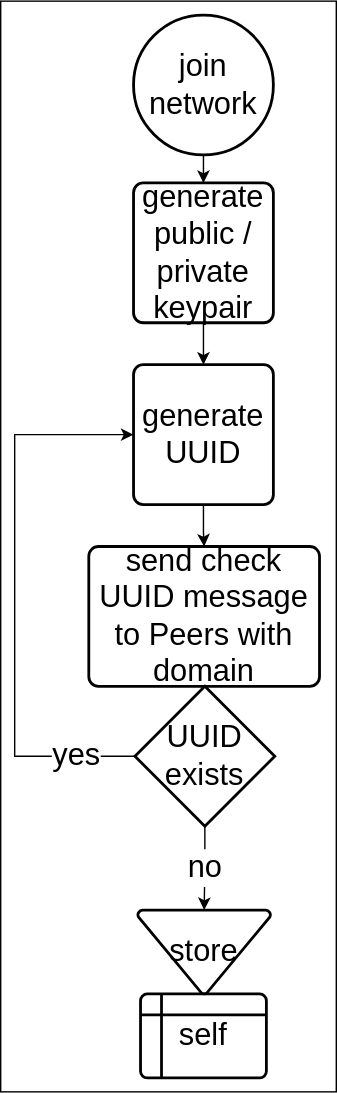
Before: charts/join_network.svg, a diagram exported from draw.io (Mesh-P2P/Mesh). Source tidied: cells renumbered, new cells last; positions are measured from the earlier drawing's top-left corner, leaving out a move shared by most shapes. The source it was exported from:
```xml
<mxGraphModel>
  <root>
    <mxCell id="0" />
    <mxCell id="1" parent="0" />
    <mxCell id="2" style="rounded=0;whiteSpace=wrap;html=1;fontSize=22;" parent="1" vertex="1">
      <mxGeometry width="240" height="780" as="geometry" />
    </mxCell>
    <mxCell id="3" value="foreground" parent="0" />
    <mxCell id="4" style="edgeStyle=orthogonalEdgeStyle;rounded=0;jettySize=auto;html=1;exitX=0.5;exitY=1;exitDx=0;exitDy=0;exitPerimeter=0;fontSize=22;" parent="3" edge="1" source="5" target="7">
      <mxGeometry relative="1" as="geometry" />
    </mxCell>
    <mxCell id="5" value="join network" style="strokeWidth=2;html=1;shape=mxgraph.flowchart.start_2;whiteSpace=wrap;fontSize=22;" parent="3" vertex="1">
      <mxGeometry x="95" y="10" width="100" height="100" as="geometry" />
    </mxCell>
    <mxCell id="6" style="edgeStyle=orthogonalEdgeStyle;rounded=0;jettySize=auto;html=1;fontSize=22;" parent="3" edge="1" source="7" target="9">
      <mxGeometry relative="1" as="geometry" />
    </mxCell>
    <mxCell id="7" value="generate public / private keypair" style="rounded=1;whiteSpace=wrap;html=1;absoluteArcSize=1;arcSize=14;strokeWidth=2;fontSize=22;" parent="3" vertex="1">
      <mxGeometry x="95" y="130" width="100" height="100" as="geometry" />
    </mxCell>
    <mxCell id="8" style="edgeStyle=orthogonalEdgeStyle;rounded=0;jettySize=auto;html=1;exitX=0.5;exitY=1;exitDx=0;exitDy=0;fontSize=22;" parent="3" edge="1" source="9" target="10">
      <mxGeometry relative="1" as="geometry" />
    </mxCell>
    <mxCell id="9" value="generate UUID" style="rounded=1;whiteSpace=wrap;html=1;absoluteArcSize=1;arcSize=14;strokeWidth=2;fontSize=22;" parent="3" vertex="1">
      <mxGeometry x="95" y="260" width="100" height="100" as="geometry" />
    </mxCell>
    <mxCell id="10" value="send check UUID message to Peers with domain" style="rounded=1;whiteSpace=wrap;html=1;absoluteArcSize=1;arcSize=14;strokeWidth=2;fontSize=22;" parent="3" vertex="1">
      <mxGeometry x="63" y="390" width="165" height="100" as="geometry" />
    </mxCell>
    <mxCell id="11" value="yes" style="edgeStyle=orthogonalEdgeStyle;rounded=0;jettySize=auto;html=1;exitX=0;exitY=0.5;exitDx=0;exitDy=0;exitPerimeter=0;entryX=0;entryY=0.5;entryDx=0;entryDy=0;fontSize=22;" parent="3" edge="1" source="13" target="9">
      <mxGeometry x="-0.79" relative="1" as="geometry">
        <Array as="points">
          <mxPoint x="10" y="540" />
          <mxPoint x="10" y="310" />
        </Array>
      </mxGeometry>
    </mxCell>
    <mxCell id="12" value="no" style="edgeStyle=orthogonalEdgeStyle;rounded=0;jettySize=auto;html=1;exitX=0.5;exitY=1;exitDx=0;exitDy=0;exitPerimeter=0;fontSize=22;" parent="3" edge="1" source="13" target="15">
      <mxGeometry relative="1" as="geometry" />
    </mxCell>
    <mxCell id="13" value="UUID exists" style="strokeWidth=2;html=1;shape=mxgraph.flowchart.decision;whiteSpace=wrap;fontSize=22;" parent="3" vertex="1">
      <mxGeometry x="96" y="490" width="100" height="100" as="geometry" />
    </mxCell>
    <mxCell id="14" value="self" style="shape=internalStorage;whiteSpace=wrap;html=1;dx=15;dy=15;rounded=1;arcSize=8;strokeWidth=2;fontSize=22;" parent="3" vertex="1">
      <mxGeometry x="100" y="710" width="90" height="60" as="geometry" />
    </mxCell>
    <mxCell id="15" value="store" style="strokeWidth=2;html=1;shape=mxgraph.flowchart.merge_or_storage;whiteSpace=wrap;fontSize=22;" parent="3" vertex="1">
      <mxGeometry x="98" y="650" width="95" height="60" as="geometry" />
    </mxCell>
  </root>
</mxGraphModel>
```
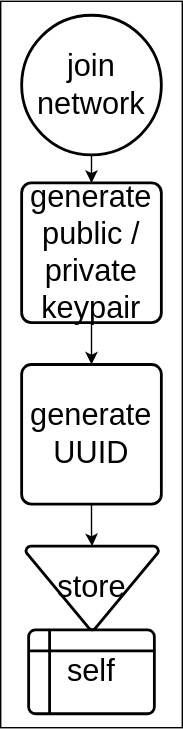
Later version of the same file.

The edit, as a diff of the source:
```diff
@@ -3,8 +3,11 @@
     <mxCell id="0" />
     <mxCell id="1" parent="0" />
     <mxCell id="2" style="rounded=0;whiteSpace=wrap;html=1;fontSize=22;" parent="1" vertex="1">
-      <mxGeometry width="240" height="780" as="geometry" />
+      <mxGeometry x="80" width="130" height="520" as="geometry" />
     </mxCell>
+    <mxCell id="16" style="edgeStyle=orthogonalEdgeStyle;rounded=0;jettySize=auto;html=1;fontSize=22;" parent="1" edge="1" source="9" target="15">
+      <mxGeometry relative="1" as="geometry" />
+    </mxCell>
     <mxCell id="3" value="foreground" parent="0" />
     <mxCell id="4" style="edgeStyle=orthogonalEdgeStyle;rounded=0;jettySize=auto;html=1;exitX=0.5;exitY=1;exitDx=0;exitDy=0;exitPerimeter=0;fontSize=22;" parent="3" edge="1" source="5" target="7">
       <mxGeometry relative="1" as="geometry" />
@@ -18,34 +21,14 @@
     <mxCell id="7" value="generate public / private keypair" style="rounded=1;whiteSpace=wrap;html=1;absoluteArcSize=1;arcSize=14;strokeWidth=2;fontSize=22;" parent="3" vertex="1">
       <mxGeometry x="95" y="130" width="100" height="100" as="geometry" />
     </mxCell>
-    <mxCell id="8" style="edgeStyle=orthogonalEdgeStyle;rounded=0;jettySize=auto;html=1;exitX=0.5;exitY=1;exitDx=0;exitDy=0;fontSize=22;" parent="3" edge="1" source="9" target="10">
-      <mxGeometry relative="1" as="geometry" />
-    </mxCell>
     <mxCell id="9" value="generate UUID" style="rounded=1;whiteSpace=wrap;html=1;absoluteArcSize=1;arcSize=14;strokeWidth=2;fontSize=22;" parent="3" vertex="1">
       <mxGeometry x="95" y="260" width="100" height="100" as="geometry" />
     </mxCell>
-    <mxCell id="10" value="send check UUID message to Peers with domain" style="rounded=1;whiteSpace=wrap;html=1;absoluteArcSize=1;arcSize=14;strokeWidth=2;fontSize=22;" parent="3" vertex="1">
-      <mxGeometry x="63" y="390" width="165" height="100" as="geometry" />
-    </mxCell>
-    <mxCell id="11" value="yes" style="edgeStyle=orthogonalEdgeStyle;rounded=0;jettySize=auto;html=1;exitX=0;exitY=0.5;exitDx=0;exitDy=0;exitPerimeter=0;entryX=0;entryY=0.5;entryDx=0;entryDy=0;fontSize=22;" parent="3" edge="1" source="13" target="9">
-      <mxGeometry x="-0.79" relative="1" as="geometry">
-        <Array as="points">
-          <mxPoint x="10" y="540" />
-          <mxPoint x="10" y="310" />
-        </Array>
-      </mxGeometry>
-    </mxCell>
-    <mxCell id="12" value="no" style="edgeStyle=orthogonalEdgeStyle;rounded=0;jettySize=auto;html=1;exitX=0.5;exitY=1;exitDx=0;exitDy=0;exitPerimeter=0;fontSize=22;" parent="3" edge="1" source="13" target="15">
-      <mxGeometry relative="1" as="geometry" />
-    </mxCell>
-    <mxCell id="13" value="UUID exists" style="strokeWidth=2;html=1;shape=mxgraph.flowchart.decision;whiteSpace=wrap;fontSize=22;" parent="3" vertex="1">
-      <mxGeometry x="96" y="490" width="100" height="100" as="geometry" />
-    </mxCell>
     <mxCell id="14" value="self" style="shape=internalStorage;whiteSpace=wrap;html=1;dx=15;dy=15;rounded=1;arcSize=8;strokeWidth=2;fontSize=22;" parent="3" vertex="1">
-      <mxGeometry x="100" y="710" width="90" height="60" as="geometry" />
+      <mxGeometry x="100" y="450" width="90" height="60" as="geometry" />
     </mxCell>
     <mxCell id="15" value="store" style="strokeWidth=2;html=1;shape=mxgraph.flowchart.merge_or_storage;whiteSpace=wrap;fontSize=22;" parent="3" vertex="1">
-      <mxGeometry x="98" y="650" width="95" height="60" as="geometry" />
+      <mxGeometry x="98" y="390" width="95" height="60" as="geometry" />
     </mxCell>
   </root>
 </mxGraphModel>
```
